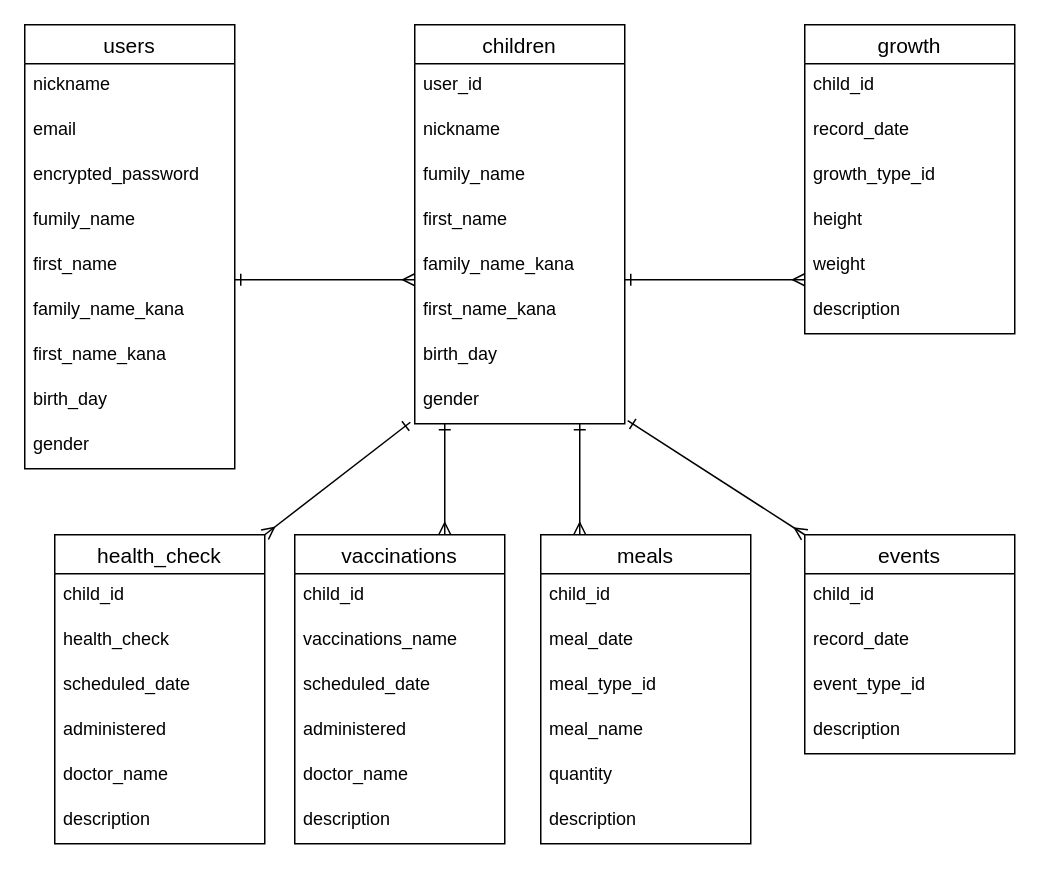
tetsupon/oyako-life keeps this draw.io diagram as oyako-life.dio. Above is the earlier version. Source tidied: cells renumbered, new cells numbered last; positions are measured from the earlier drawing's top-left corner, leaving out a move shared by most shapes. Both pictures are drawn from the tidied source at 150%, with x=0, y=0 at pixel (24, 24).
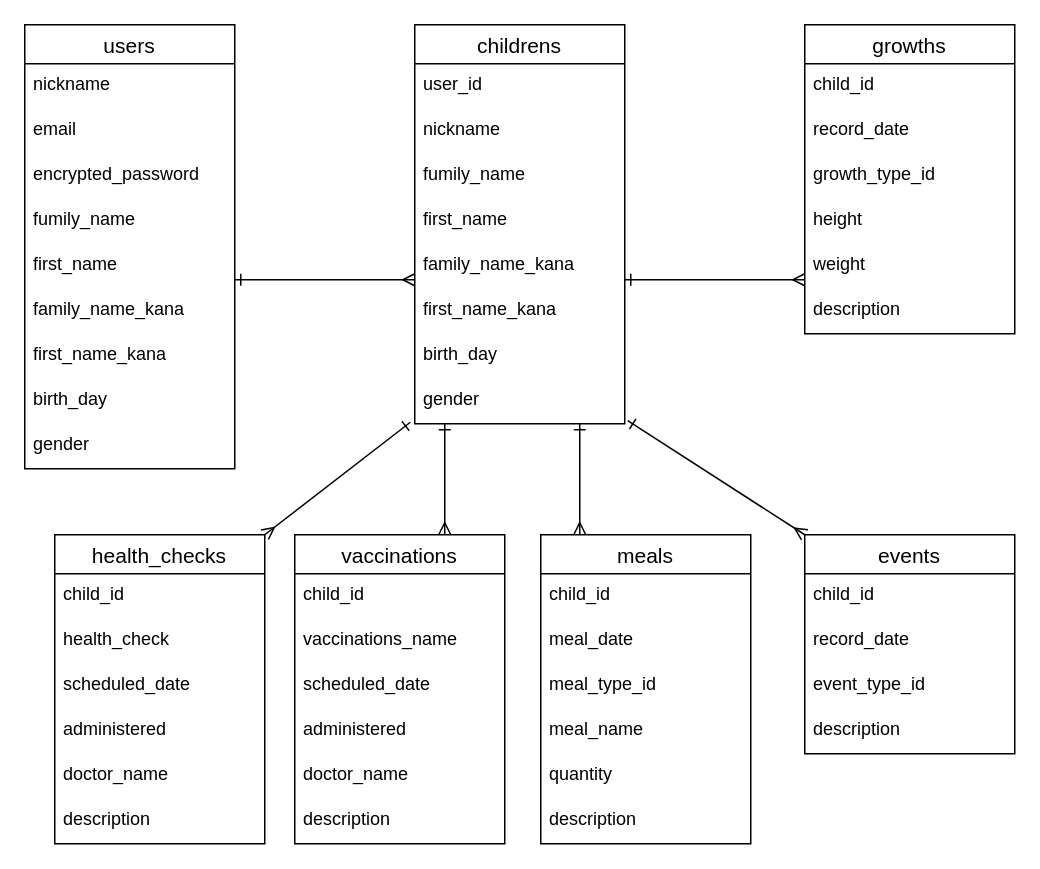
The same page after the edit.

Diff of the diagram source:
```diff
@@
-    <mxCell id="12" value="children" style="swimlane;fontStyle=0;horizontal=1;startSize=26;align=center;fontSize=14;" parent="1" vertex="1">
+    <mxCell id="12" value="childrens" style="swimlane;fontStyle=0;horizontal=1;startSize=26;align=center;fontSize=14;" parent="1" vertex="1">
       <mxGeometry x="260" width="140" height="266" as="geometry" />
     </mxCell>
@@
-    <mxCell id="21" value="growth" style="swimlane;fontStyle=0;horizontal=1;startSize=26;align=center;fontSize=14;" parent="1" vertex="1">
+    <mxCell id="21" value="growths" style="swimlane;fontStyle=0;horizontal=1;startSize=26;align=center;fontSize=14;" parent="1" vertex="1">
       <mxGeometry x="520" width="140" height="206" as="geometry" />
     </mxCell>
@@
-    <mxCell id="47" value="health_check" style="swimlane;fontStyle=0;horizontal=1;startSize=26;align=center;fontSize=14;" parent="1" vertex="1">
+    <mxCell id="47" value="health_checks" style="swimlane;fontStyle=0;horizontal=1;startSize=26;align=center;fontSize=14;" parent="1" vertex="1">
       <mxGeometry x="20" y="340" width="140" height="206" as="geometry" />
     </mxCell>
```
